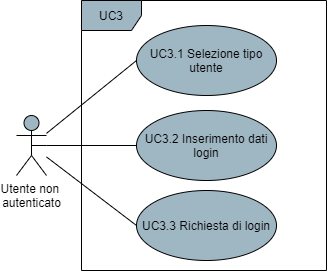
Omicron-Team/Documentazione keeps this draw.io diagram as DocumentazioneEsterna/AnalisiDeiRequisiti/res/UseCase/Immagini/LoginSottocasi.png. Above is the earlier version. Source tidied: cells renumbered, new cells last; positions are measured from the earlier drawing's top-left corner, leaving out a move shared by most shapes. Source of this version:
```xml
<mxGraphModel>
  <root>
    <mxCell id="0" />
    <mxCell id="1" parent="0" />
    <mxCell id="2" style="rounded=0;jettySize=auto;html=1;entryX=0;entryY=0.5;entryDx=0;entryDy=0;endArrow=none;endFill=0;" parent="1" edge="1" source="5" target="7">
      <mxGeometry relative="1" as="geometry" />
    </mxCell>
    <mxCell id="3" style="edgeStyle=none;rounded=0;jettySize=auto;html=1;entryX=0;entryY=0.5;entryDx=0;entryDy=0;endArrow=none;endFill=0;" parent="1" edge="1" source="5" target="8">
      <mxGeometry relative="1" as="geometry" />
    </mxCell>
    <mxCell id="4" style="edgeStyle=none;rounded=0;jettySize=auto;html=1;entryX=0;entryY=0.5;entryDx=0;entryDy=0;endArrow=none;endFill=0;" parent="1" edge="1" source="5" target="9">
      <mxGeometry relative="1" as="geometry" />
    </mxCell>
    <mxCell id="5" value="Utente non &lt;br&gt;autenticato" style="shape=umlActor;verticalLabelPosition=bottom;verticalAlign=top;html=1;fillColor=#9FB6C3;" parent="1" vertex="1">
      <mxGeometry y="115" width="30" height="60" as="geometry" />
    </mxCell>
    <mxCell id="6" value="UC3" style="shape=umlFrame;whiteSpace=wrap;html=1;fillColor=#9FB6C3;" parent="1" vertex="1">
      <mxGeometry x="65" width="245" height="270" as="geometry" />
    </mxCell>
    <mxCell id="7" value="UC3.1 Selezione tipo utente" style="ellipse;whiteSpace=wrap;html=1;fillColor=#9FB6C3;" parent="1" vertex="1">
      <mxGeometry x="120" y="25" width="140" height="70" as="geometry" />
    </mxCell>
    <mxCell id="8" value="UC3.2 Inserimento dati login" style="ellipse;whiteSpace=wrap;html=1;fillColor=#9FB6C3;" parent="1" vertex="1">
      <mxGeometry x="120" y="110" width="140" height="70" as="geometry" />
    </mxCell>
    <mxCell id="9" value="UC3.3 Richiesta di login" style="ellipse;whiteSpace=wrap;html=1;fillColor=#9FB6C3;" parent="1" vertex="1">
      <mxGeometry x="120" y="190" width="140" height="70" as="geometry" />
    </mxCell>
    <mxCell id="10" style="edgeStyle=none;rounded=0;orthogonalLoop=1;jettySize=auto;html=1;exitX=0.5;exitY=0.5;exitDx=0;exitDy=0;exitPerimeter=0;startArrow=none;startFill=0;endArrow=none;endFill=0;" parent="1" edge="1" source="5" target="5">
      <mxGeometry relative="1" as="geometry" />
    </mxCell>
  </root>
</mxGraphModel>
```
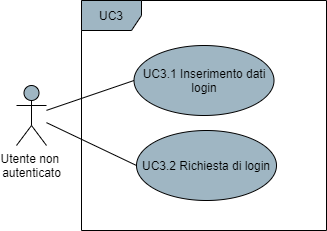
The same diagram one commit later.

Change to the diagram source:
```diff
@@ -2,9 +2,6 @@
   <root>
     <mxCell id="0" />
     <mxCell id="1" parent="0" />
-    <mxCell id="2" style="rounded=0;jettySize=auto;html=1;entryX=0;entryY=0.5;entryDx=0;entryDy=0;endArrow=none;endFill=0;" parent="1" edge="1" source="5" target="7">
-      <mxGeometry relative="1" as="geometry" />
-    </mxCell>
     <mxCell id="3" style="edgeStyle=none;rounded=0;jettySize=auto;html=1;entryX=0;entryY=0.5;entryDx=0;entryDy=0;endArrow=none;endFill=0;" parent="1" edge="1" source="5" target="8">
       <mxGeometry relative="1" as="geometry" />
     </mxCell>
@@ -12,22 +9,16 @@
       <mxGeometry relative="1" as="geometry" />
     </mxCell>
     <mxCell id="5" value="Utente non &lt;br&gt;autenticato" style="shape=umlActor;verticalLabelPosition=bottom;verticalAlign=top;html=1;fillColor=#9FB6C3;" parent="1" vertex="1">
-      <mxGeometry y="115" width="30" height="60" as="geometry" />
+      <mxGeometry y="85" width="30" height="60" as="geometry" />
     </mxCell>
     <mxCell id="6" value="UC3" style="shape=umlFrame;whiteSpace=wrap;html=1;fillColor=#9FB6C3;" parent="1" vertex="1">
-      <mxGeometry x="65" width="245" height="270" as="geometry" />
+      <mxGeometry x="65" width="245" height="230" as="geometry" />
     </mxCell>
-    <mxCell id="7" value="UC3.1 Selezione tipo utente" style="ellipse;whiteSpace=wrap;html=1;fillColor=#9FB6C3;" parent="1" vertex="1">
-      <mxGeometry x="120" y="25" width="140" height="70" as="geometry" />
-    </mxCell>
-    <mxCell id="8" value="UC3.2 Inserimento dati login" style="ellipse;whiteSpace=wrap;html=1;fillColor=#9FB6C3;" parent="1" vertex="1">
-      <mxGeometry x="120" y="110" width="140" height="70" as="geometry" />
+    <mxCell id="8" value="UC3.1 Inserimento dati login" style="ellipse;whiteSpace=wrap;html=1;fillColor=#9FB6C3;" parent="1" vertex="1">
+      <mxGeometry x="117.5" y="45" width="140" height="70" as="geometry" />
     </mxCell>
-    <mxCell id="9" value="UC3.3 Richiesta di login" style="ellipse;whiteSpace=wrap;html=1;fillColor=#9FB6C3;" parent="1" vertex="1">
-      <mxGeometry x="120" y="190" width="140" height="70" as="geometry" />
+    <mxCell id="9" value="UC3.2 Richiesta di login" style="ellipse;whiteSpace=wrap;html=1;fillColor=#9FB6C3;" parent="1" vertex="1">
+      <mxGeometry x="120" y="130" width="140" height="70" as="geometry" />
     </mxCell>
-    <mxCell id="10" style="edgeStyle=none;rounded=0;orthogonalLoop=1;jettySize=auto;html=1;exitX=0.5;exitY=0.5;exitDx=0;exitDy=0;exitPerimeter=0;startArrow=none;startFill=0;endArrow=none;endFill=0;" parent="1" edge="1" source="5" target="5">
-      <mxGeometry relative="1" as="geometry" />
-    </mxCell>
   </root>
 </mxGraphModel>
```
